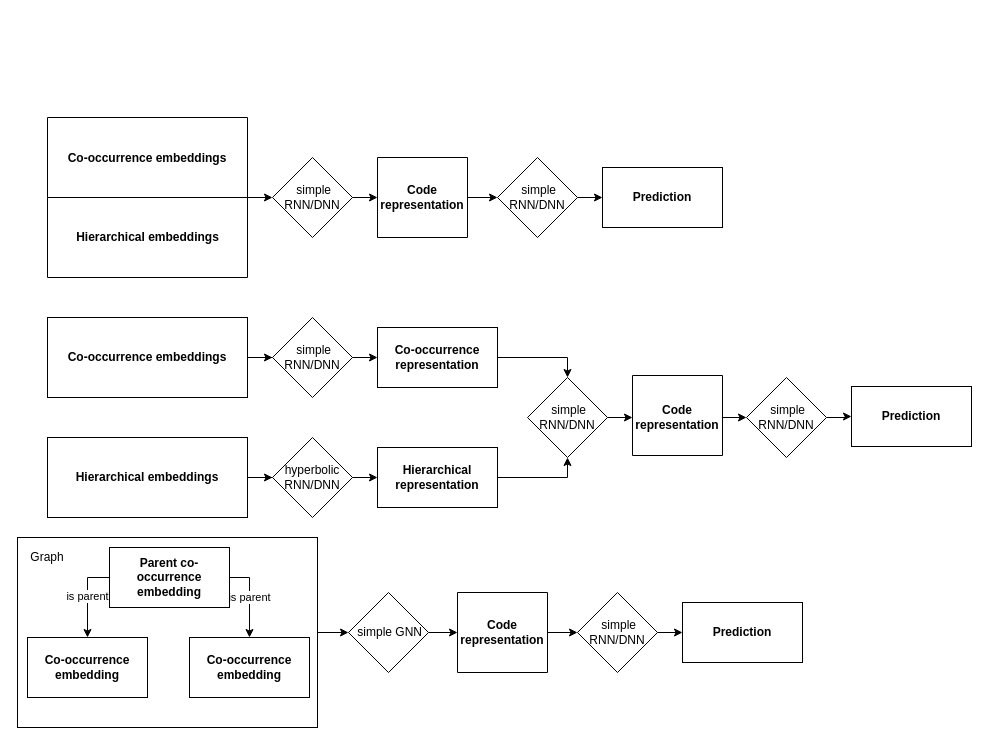
rostro36/Notes keeps this draw.io diagram as Weekly discussions/Modes.drawio. Above is the earlier version. Source tidied: cells renumbered, new cells numbered last; positions are measured from the earlier drawing's top-left corner, leaving out a move shared by most shapes. Both pictures are drawn from the tidied source at 100%, with x=0, y=0 at pixel (17, 117).
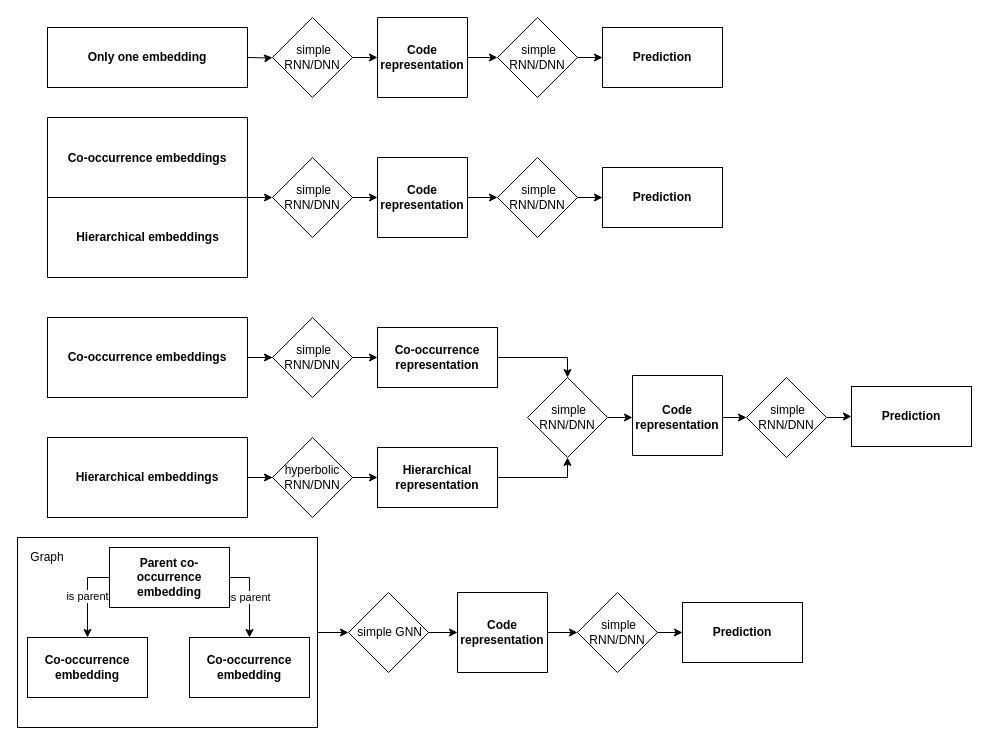
Above is the later version.

Diff of the diagram source:
```diff
@@
+    <mxCell id="54" style="edgeStyle=orthogonalEdgeStyle;rounded=0;jettySize=auto;html=1;exitX=1;exitY=0.5;exitDx=0;exitDy=0;" parent="1" edge="1" target="56">
+      <mxGeometry relative="1" as="geometry">
+        <mxPoint x="230" y="-60" as="sourcePoint" />
+      </mxGeometry>
+    </mxCell>
+    <mxCell id="55" style="edgeStyle=orthogonalEdgeStyle;rounded=0;jettySize=auto;html=1;exitX=1;exitY=0.5;exitDx=0;exitDy=0;entryX=0;entryY=0.5;entryDx=0;entryDy=0;" parent="1" edge="1" source="56" target="58">
+      <mxGeometry relative="1" as="geometry" />
+    </mxCell>
+    <mxCell id="56" value="&amp;nbsp;simple RNN/DNN" style="rhombus;whiteSpace=wrap;html=1;" parent="1" vertex="1">
+      <mxGeometry x="255" y="-100" width="80" height="80" as="geometry" />
+    </mxCell>
+    <mxCell id="57" style="swimlane;startSize=0;" parent="1" vertex="1">
+      <mxGeometry x="360" y="-100" width="90" height="80" as="geometry" />
+    </mxCell>
+    <mxCell id="58" value="&lt;b&gt;Code representation&lt;/b&gt;" style="text;html=1;strokeColor=none;fillColor=none;align=center;verticalAlign=middle;whiteSpace=wrap;rounded=0;" parent="57" vertex="1">
+      <mxGeometry y="30" width="90" height="20" as="geometry" />
+    </mxCell>
+    <mxCell id="59" style="edgeStyle=orthogonalEdgeStyle;rounded=0;orthogonalLoop=1;jettySize=auto;html=1;exitX=0.5;exitY=1;exitDx=0;exitDy=0;" parent="1" edge="1" source="57" target="57">
+      <mxGeometry relative="1" as="geometry" />
+    </mxCell>
+    <mxCell id="60" style="edgeStyle=orthogonalEdgeStyle;rounded=0;jettySize=auto;html=1;exitX=1;exitY=0.5;exitDx=0;exitDy=0;entryX=0;entryY=0.5;entryDx=0;entryDy=0;" parent="1" edge="1" source="58" target="62">
+      <mxGeometry relative="1" as="geometry" />
+    </mxCell>
+    <mxCell id="61" style="edgeStyle=orthogonalEdgeStyle;rounded=0;jettySize=auto;html=1;exitX=1;exitY=0.5;exitDx=0;exitDy=0;" parent="1" edge="1" source="62" target="63">
+      <mxGeometry relative="1" as="geometry" />
+    </mxCell>
+    <mxCell id="62" value="&amp;nbsp;simple RNN/DNN" style="rhombus;whiteSpace=wrap;html=1;" parent="1" vertex="1">
+      <mxGeometry x="480" y="-100" width="80" height="80" as="geometry" />
+    </mxCell>
+    <mxCell id="63" value="&lt;b&gt;Prediction&lt;/b&gt;" style="rounded=0;whiteSpace=wrap;html=1;" parent="1" vertex="1">
+      <mxGeometry x="585" y="-90" width="120" height="60" as="geometry" />
+    </mxCell>
+    <mxCell id="64" value="&lt;b&gt;Only one embedding&lt;/b&gt;" style="rounded=0;whiteSpace=wrap;html=1;" parent="1" vertex="1">
+      <mxGeometry x="30" y="-90" width="200" height="60" as="geometry" />
+    </mxCell>
```
